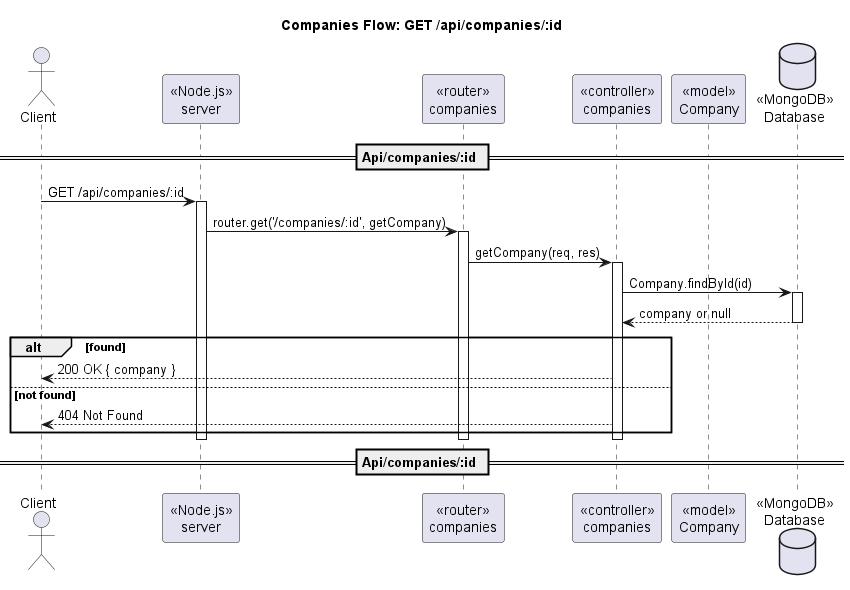
Earlier version of the PlantUML export out/docs/diagram/sequence/seq_companies_id_get.png (098ff/ArtmaybeDEV).
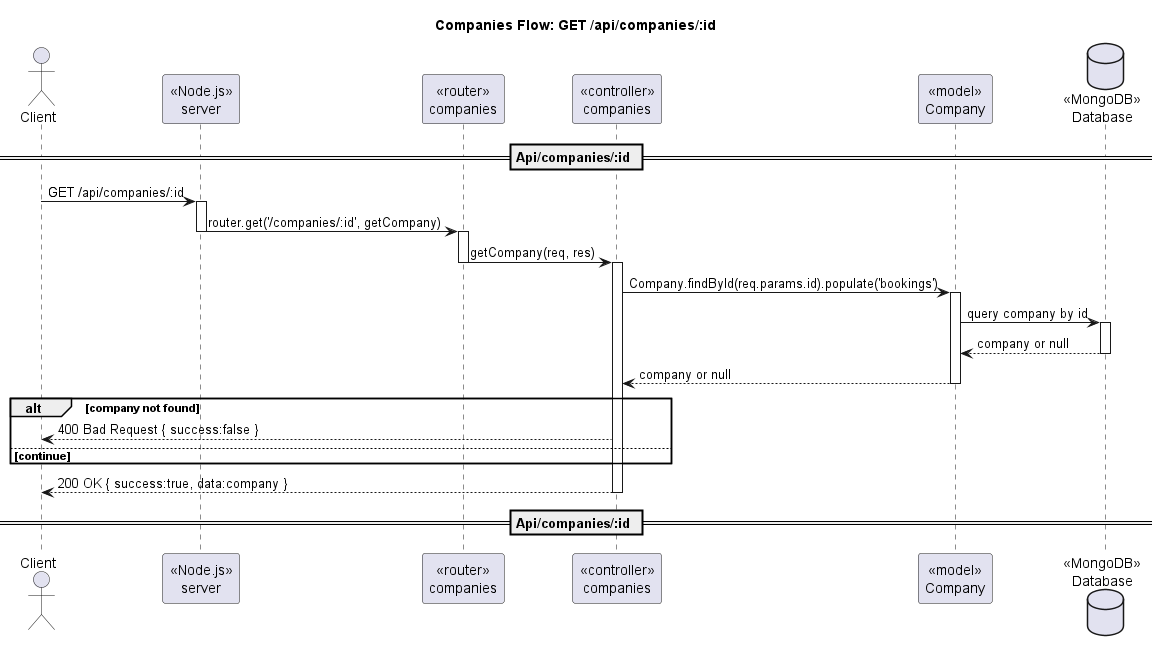
Above is the later version.

Change to the diagram source:
```diff
@@ -11,20 +11,31 @@
 Client -> Server : GET /api/companies/:id
 activate Server
 Server -> Router : router.get('/companies/:id', getCompany)
+deactivate Server
 activate Router
+
 Router -> Ctrl : getCompany(req, res)
+deactivate Router
 activate Ctrl
-Ctrl -> DB : Company.findById(id)
+
+Ctrl -> CompanyModel : Company.findById(req.params.id).populate('bookings')
+activate CompanyModel
+CompanyModel -> DB : query company by id
 activate DB
-DB --> Ctrl : company or null
+DB --> CompanyModel : company or null
 deactivate DB
-alt found
-  Ctrl --> Client : 200 OK { company }
-else not found
-  Ctrl --> Client : 404 Not Found
+CompanyModel --> Ctrl : company or null
+deactivate CompanyModel
+
+alt company not found
+  Ctrl --> Client : 400 Bad Request { success:false }
+  deactivate Router
+  deactivate Server
+else continue
 end
+
+Ctrl --> Client : 200 OK { success:true, data:company }
+
 deactivate Ctrl
-deactivate Router
-deactivate Server
 == Api/companies/:id ==
 @enduml
```
